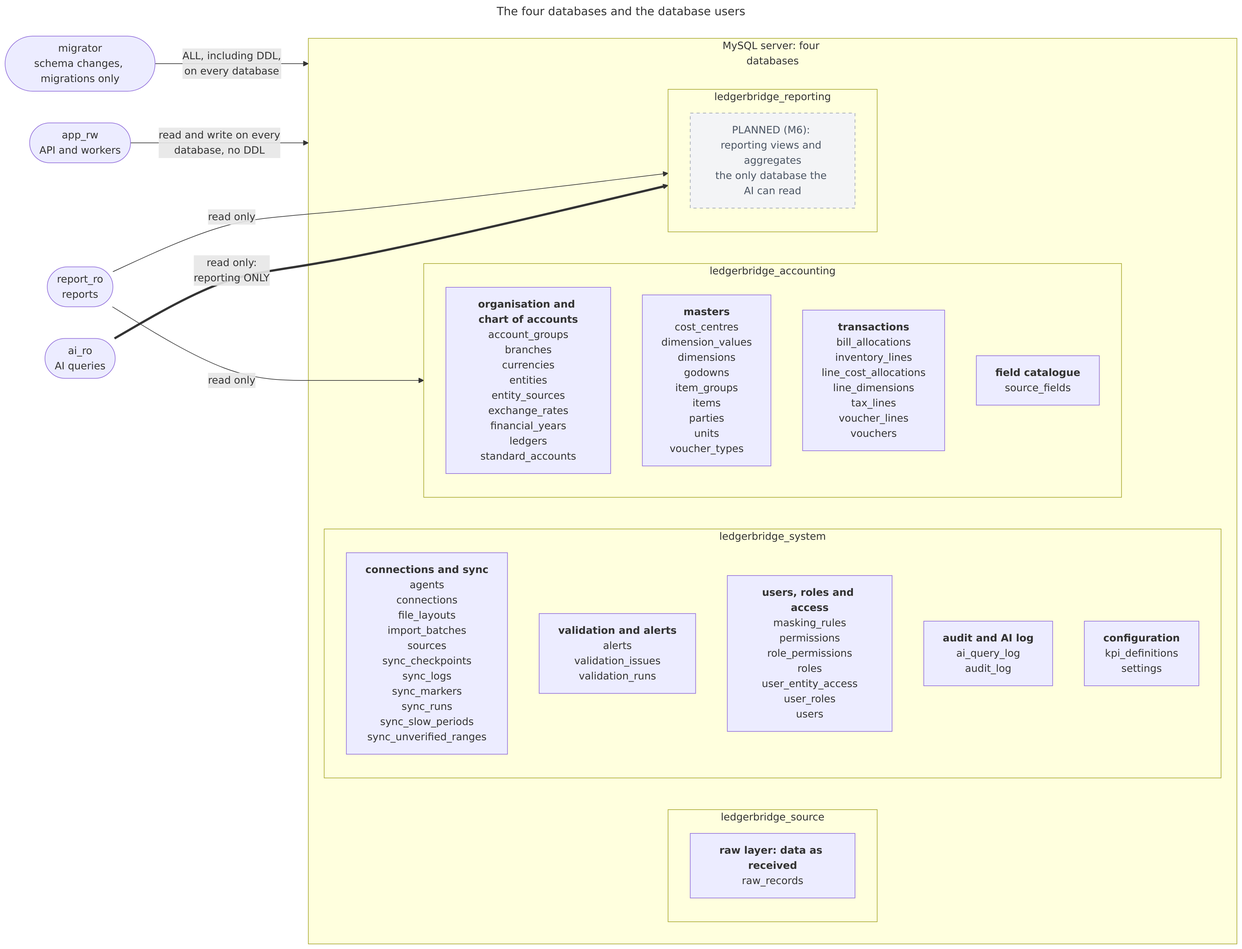
The Mermaid diagram docs/diagrams/schema-databases.png in empirical-logic-2026/ledgerbridge, before a commit. Its source is kept beside it as docs/diagrams/schema-databases.mmd.
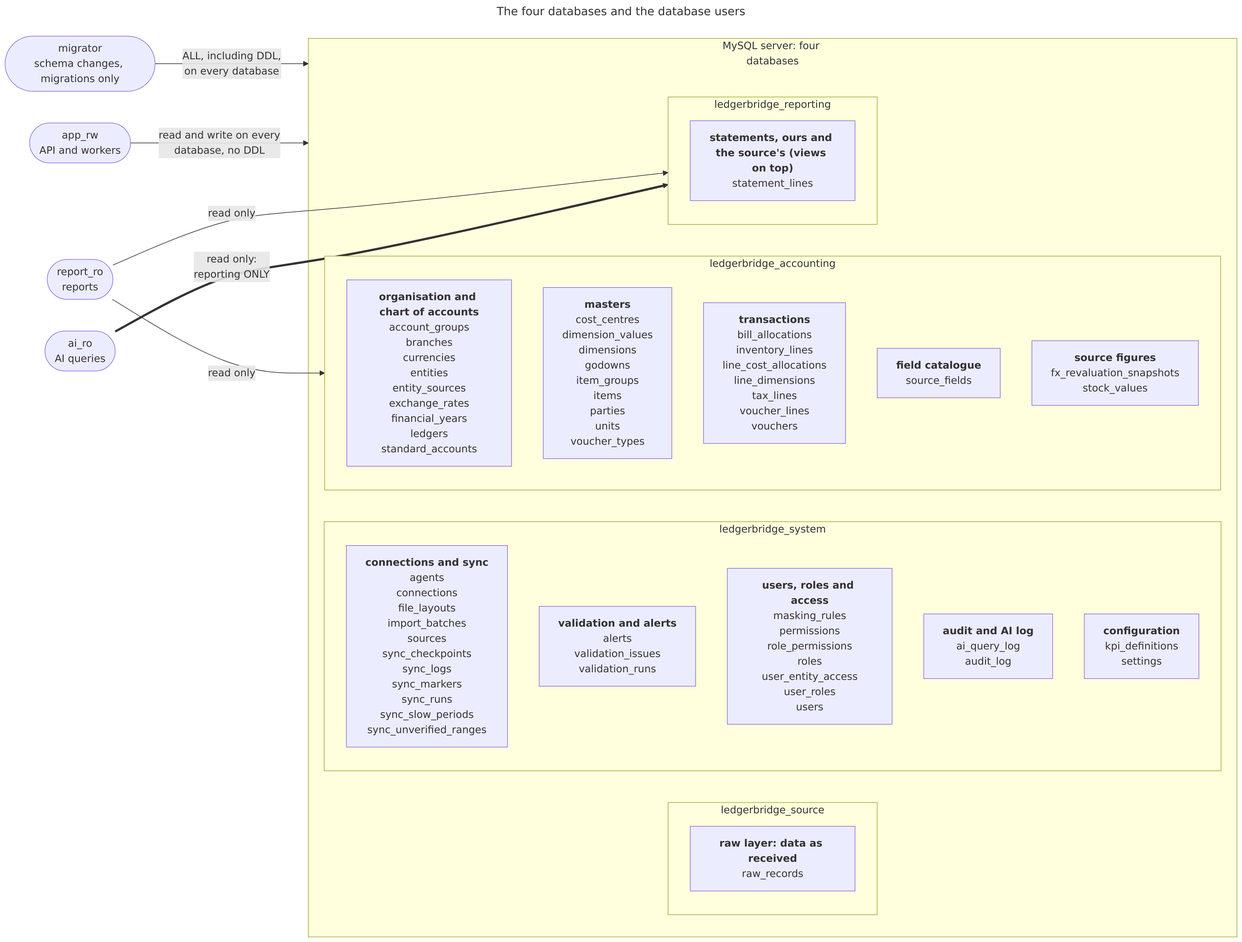
Above is the later version.

Change to the diagram source:
```diff
@@ -23,9 +23,10 @@
         ledgerbridge_accounting_2["<b>masters</b><br/>cost_centres<br/>dimension_values<br/>dimensions<br/>godowns<br/>item_groups<br/>items<br/>parties<br/>units<br/>voucher_types"]
         ledgerbridge_accounting_3["<b>transactions</b><br/>bill_allocations<br/>inventory_lines<br/>line_cost_allocations<br/>line_dimensions<br/>tax_lines<br/>voucher_lines<br/>vouchers"]
         ledgerbridge_accounting_4["<b>field catalogue</b><br/>source_fields"]
+        ledgerbridge_accounting_5["<b>source figures</b><br/>fx_revaluation_snapshots<br/>stock_values"]
     end
     subgraph ledgerbridge_reporting["ledgerbridge_reporting"]
-        ledgerbridge_reporting_planned["PLANNED (M6): reporting views and aggregates<br/>the only database the AI can read"]
+        ledgerbridge_reporting_1["<b>statements, ours and the source's (views on top)</b><br/>statement_lines"]
     end
     end
     migrator -->|"ALL, including DDL,<br/>on every database"| mysql
@@ -34,4 +35,3 @@
     report_ro -->|"read only"| ledgerbridge_reporting
     ai_ro ==>|"read only:<br/>reporting ONLY"| ledgerbridge_reporting
     classDef planned fill:#f3f4f6,stroke:#9ca3af,stroke-dasharray:5 5,color:#4b5563
-    class ledgerbridge_reporting_planned planned
```
